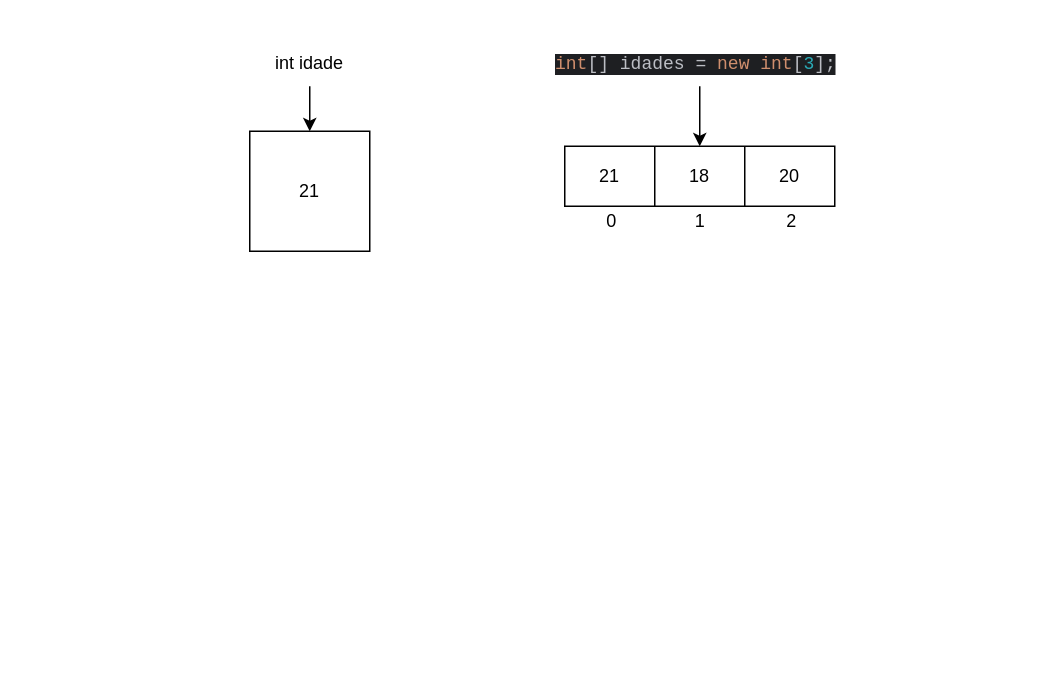
Before: array.drawio in mateus-s-a/Aprendizado-Java, a draw.io diagram. Source tidied: cells renumbered, new cells numbered last; positions are measured from the earlier drawing's top-left corner, leaving out a move shared by most shapes. Both pictures are drawn from the tidied source at 150%, with x=0, y=0 at pixel (249, 26).
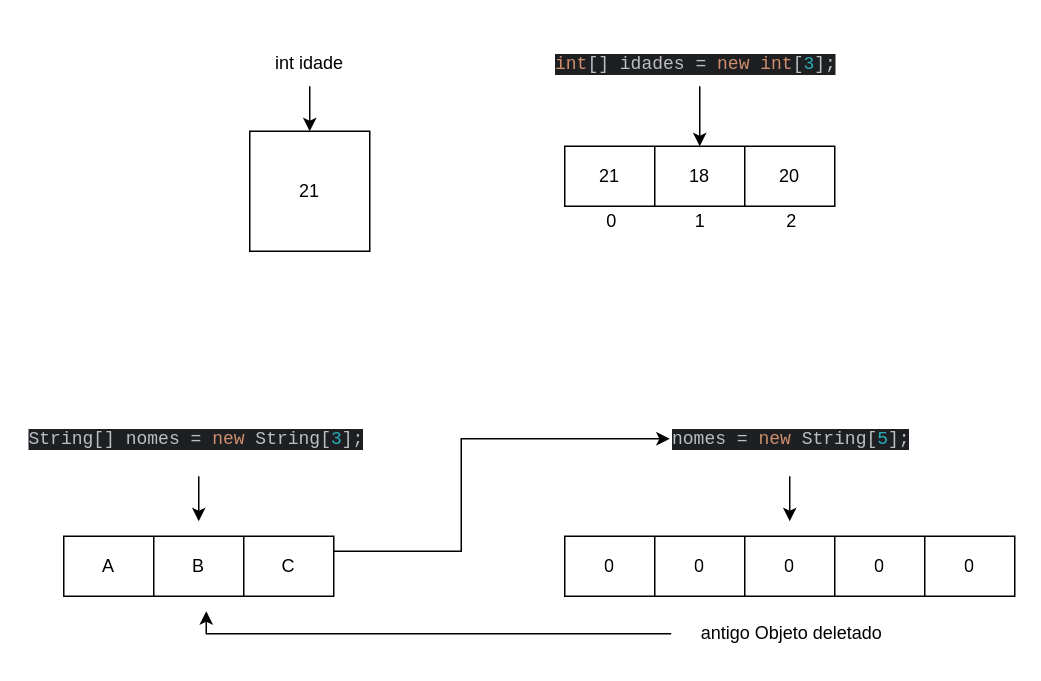
The same diagram, later.

What changed in the source:
```diff
@@
+    <mxCell id="15" style="edgeStyle=orthogonalEdgeStyle;rounded=0;jettySize=auto;html=1;" parent="1" edge="1" source="16">
+      <mxGeometry relative="1" as="geometry">
+        <mxPoint x="-34" y="330" as="targetPoint" />
+        <Array as="points">
+          <mxPoint x="-34" y="320" />
+        </Array>
+      </mxGeometry>
+    </mxCell>
+    <mxCell id="16" value="&lt;div style=&quot;background-color:#1e1f22;color:#bcbec4&quot;&gt;&lt;pre style=&quot;font-family:'JetBrains Mono',monospace;font-size:9,8pt;&quot;&gt;String[] nomes = &lt;span style=&quot;color:#cf8e6d;&quot;&gt;new &lt;/span&gt;String[&lt;span style=&quot;color:#2aacb8;&quot;&gt;3&lt;/span&gt;];&lt;br&gt;&lt;/pre&gt;&lt;/div&gt;" style="text;whiteSpace=wrap;html=1;" parent="1" vertex="1">
+      <mxGeometry x="-149" y="250" width="230" height="50" as="geometry" />
+    </mxCell>
+    <mxCell id="17" style="shape=table;startSize=0;childLayout=tableLayout;" parent="1" vertex="1">
+      <mxGeometry x="-124" y="340" width="180" height="40" as="geometry" />
+    </mxCell>
+    <mxCell id="18" style="shape=tableRow;horizontal=0;startSize=0;swimlaneHead=0;swimlaneBody=0;strokeColor=inherit;top=0;left=0;bottom=0;right=0;fillColor=none;points=[[0,0.5],[1,0.5]];portConstraint=eastwest;" parent="17" vertex="1">
+      <mxGeometry width="180" height="40" as="geometry" />
+    </mxCell>
+    <mxCell id="19" value="A" style="shape=partialRectangle;html=1;whiteSpace=wrap;strokeColor=inherit;overflow=hidden;fillColor=none;top=0;left=0;bottom=0;right=0;" parent="18" vertex="1">
+      <mxGeometry width="60" height="40" as="geometry" />
+    </mxCell>
+    <mxCell id="20" value="B" style="shape=partialRectangle;html=1;whiteSpace=wrap;strokeColor=inherit;overflow=hidden;fillColor=none;top=0;left=0;bottom=0;right=0;" parent="18" vertex="1">
+      <mxGeometry x="60" width="60" height="40" as="geometry" />
+    </mxCell>
+    <mxCell id="21" value="C" style="shape=partialRectangle;html=1;whiteSpace=wrap;strokeColor=inherit;overflow=hidden;fillColor=none;top=0;left=0;bottom=0;right=0;" parent="18" vertex="1">
+      <mxGeometry x="120" width="60" height="40" as="geometry" />
+    </mxCell>
+    <mxCell id="22" style="edgeStyle=orthogonalEdgeStyle;rounded=0;jettySize=auto;html=1;" parent="1" edge="1" source="23">
+      <mxGeometry relative="1" as="geometry">
+        <mxPoint x="360" y="330" as="targetPoint" />
+      </mxGeometry>
+    </mxCell>
+    <mxCell id="23" value="&lt;div style=&quot;background-color:#1e1f22;color:#bcbec4&quot;&gt;&lt;pre style=&quot;font-family:'JetBrains Mono',monospace;font-size:9,8pt;&quot;&gt;nomes = &lt;span style=&quot;color:#cf8e6d;&quot;&gt;new &lt;/span&gt;String[&lt;span style=&quot;color:#2aacb8;&quot;&gt;5&lt;/span&gt;];&lt;br&gt;&lt;/pre&gt;&lt;/div&gt;" style="text;whiteSpace=wrap;html=1;" parent="1" vertex="1">
+      <mxGeometry x="280" y="250" width="160" height="50" as="geometry" />
+    </mxCell>
+    <mxCell id="24" style="edgeStyle=orthogonalEdgeStyle;rounded=0;jettySize=auto;html=1;entryX=0;entryY=0.5;entryDx=0;entryDy=0;" parent="1" edge="1" source="18" target="23">
+      <mxGeometry relative="1" as="geometry">
+        <Array as="points">
+          <mxPoint x="141" y="350" />
+          <mxPoint x="141" y="275" />
+        </Array>
+      </mxGeometry>
+    </mxCell>
+    <mxCell id="25" style="shape=table;startSize=0;childLayout=tableLayout;" parent="1" vertex="1">
+      <mxGeometry x="210" y="340" width="300" height="40" as="geometry" />
+    </mxCell>
+    <mxCell id="26" style="shape=tableRow;horizontal=0;startSize=0;swimlaneHead=0;swimlaneBody=0;strokeColor=inherit;top=0;left=0;bottom=0;right=0;fillColor=none;" parent="25" vertex="1">
+      <mxGeometry width="300" height="40" as="geometry" />
+    </mxCell>
+    <mxCell id="27" value="0" style="shape=partialRectangle;html=1;whiteSpace=wrap;strokeColor=inherit;overflow=hidden;fillColor=none;top=0;left=0;bottom=0;right=0;" parent="26" vertex="1">
+      <mxGeometry width="60" height="40" as="geometry" />
+    </mxCell>
+    <mxCell id="28" value="0" style="shape=partialRectangle;html=1;whiteSpace=wrap;strokeColor=inherit;overflow=hidden;fillColor=none;top=0;left=0;bottom=0;right=0;" parent="26" vertex="1">
+      <mxGeometry x="60" width="60" height="40" as="geometry" />
+    </mxCell>
+    <mxCell id="29" value="0" style="shape=partialRectangle;html=1;whiteSpace=wrap;strokeColor=inherit;overflow=hidden;fillColor=none;top=0;left=0;bottom=0;right=0;" parent="26" vertex="1">
+      <mxGeometry x="120" width="60" height="40" as="geometry" />
+    </mxCell>
+    <mxCell id="30" value="0" style="shape=partialRectangle;html=1;whiteSpace=wrap;strokeColor=inherit;overflow=hidden;fillColor=none;top=0;left=0;bottom=0;right=0;" parent="26" vertex="1">
+      <mxGeometry x="180" width="60" height="40" as="geometry" />
+    </mxCell>
+    <mxCell id="31" value="0" style="shape=partialRectangle;html=1;whiteSpace=wrap;strokeColor=inherit;overflow=hidden;fillColor=none;top=0;left=0;bottom=0;right=0;" parent="26" vertex="1">
+      <mxGeometry x="240" width="60" height="40" as="geometry" />
+    </mxCell>
+    <mxCell id="32" style="edgeStyle=orthogonalEdgeStyle;rounded=0;jettySize=auto;html=1;" parent="1" edge="1" source="33">
+      <mxGeometry relative="1" as="geometry">
+        <mxPoint x="-29" y="390" as="targetPoint" />
+        <Array as="points">
+          <mxPoint x="-29" y="405" />
+        </Array>
+      </mxGeometry>
+    </mxCell>
+    <mxCell id="33" value="antigo Objeto deletado" style="text;strokeColor=none;align=center;fillColor=none;html=1;verticalAlign=middle;whiteSpace=wrap;rounded=0;" parent="1" vertex="1">
+      <mxGeometry x="281" y="390" width="161" height="30" as="geometry" />
+    </mxCell>
```
